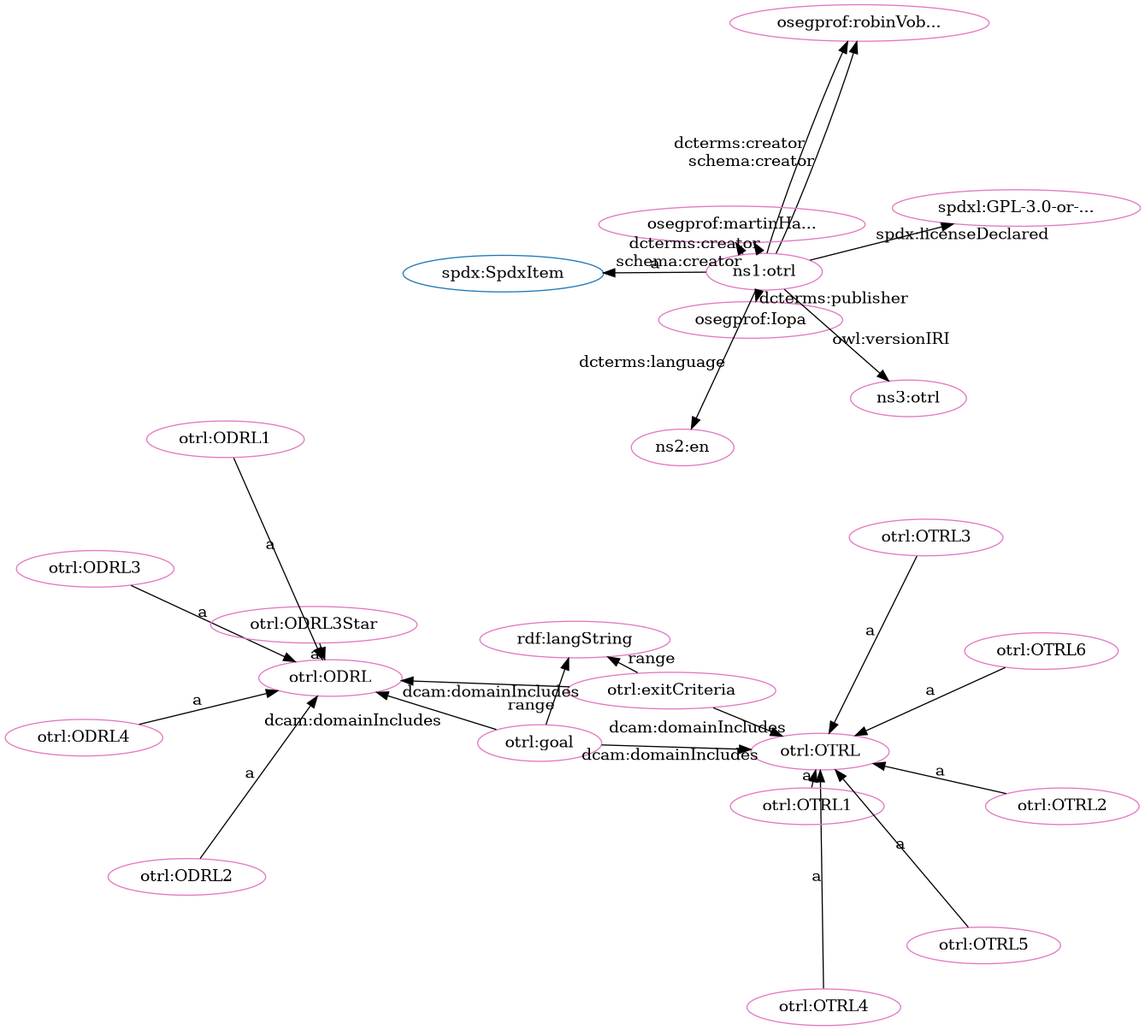
The Graphviz diagram src/spec/dot_otrl-clean.png in iop-alliance/OpenKnowHow, before a commit. Its source is kept beside it as src/spec/dot_otrl-clean.dot.
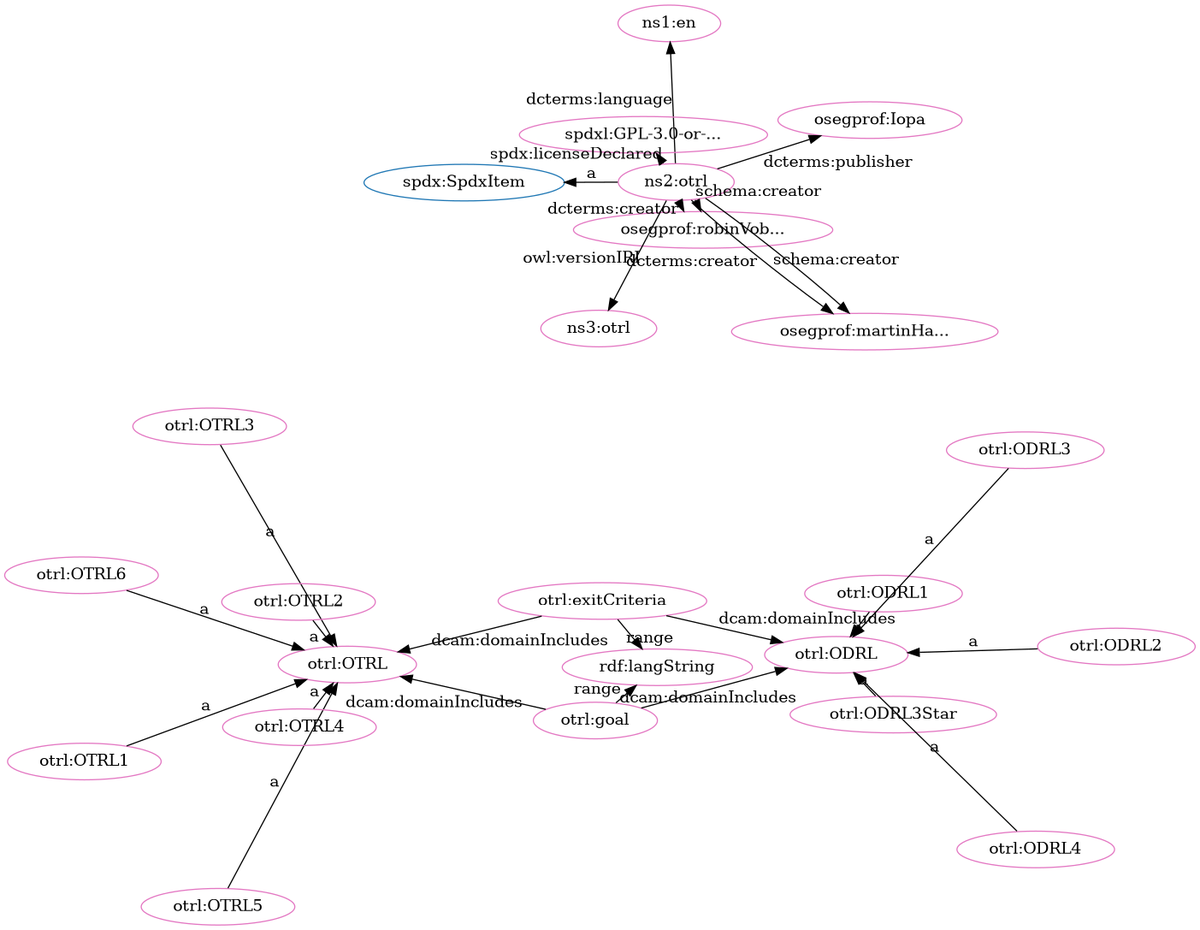
After the change.

Diff of the diagram source:
```diff
@@ -1,56 +1,56 @@
 digraph G {
   rankdir=BT
   node[height=.3]
+"http://w3id.org/oseg/ont/otrl#OTRL" [fillcolor="#1f77b4" color="#1f77b4" label="otrl:OTRL"]
 "http://spdx.org/rdf/terms#SpdxItem" [fillcolor="#1f77b4" color="#1f77b4" label="spdx:SpdxItem"]
 "http://w3id.org/oseg/ont/otrl#ODRL" [fillcolor="#1f77b4" color="#1f77b4" label="otrl:ODRL"]
-"http://w3id.org/oseg/ont/otrl#OTRL" [fillcolor="#1f77b4" color="#1f77b4" label="otrl:OTRL"]
-"http://w3id.org/oseg/ont/otrl#ODRL3" [fillcolor="#e377c2" color="#e377c2" label="otrl:ODRL3"]
+"http://w3id.org/oseg/ont/oseg-profiles#Iopa" [fillcolor="#e377c2" color="#e377c2" label="osegprof:Iopa"]
 "http://w3id.org/oseg/ont/oseg-profiles#robinVobruba" [fillcolor="#e377c2" color="#e377c2" label="osegprof:robinVob..."]
-"http://w3id.org/oseg/ont/oseg-profiles#Iopa" [fillcolor="#e377c2" color="#e377c2" label="osegprof:Iopa"]
+"http://w3id.org/oseg/ont/otrl#ODRL" [fillcolor="#e377c2" color="#e377c2" label="otrl:ODRL"]
+"http://w3id.org/oseg/ont/otrl#OTRL" [fillcolor="#e377c2" color="#e377c2" label="otrl:OTRL"]
+"http://w3id.org/oseg/ont/otrl#goal" [fillcolor="#e377c2" color="#e377c2" label="otrl:goal"]
+"http://w3id.org/oseg/ont/otrl#OTRL3" [fillcolor="#e377c2" color="#e377c2" label="otrl:OTRL3"]
+"http://w3id.org/oseg/ont/otrl#OTRL6" [fillcolor="#e377c2" color="#e377c2" label="otrl:OTRL6"]
+"http://w3id.org/oseg/ont/otrl#ODRL2" [fillcolor="#e377c2" color="#e377c2" label="otrl:ODRL2"]
+"http://id.loc.gov/vocabulary/iso639-1/en" [fillcolor="#e377c2" color="#e377c2" label="ns1:en"]
+"http://w3id.org/oseg/ont/otrl#OTRL5" [fillcolor="#e377c2" color="#e377c2" label="otrl:OTRL5"]
+"http://w3id.org/oseg/ont/otrl" [fillcolor="#e377c2" color="#e377c2" label="ns2:otrl"]
 "http://w3id.org/oseg/ont/otrl#exitCriteria" [fillcolor="#e377c2" color="#e377c2" label="otrl:exitCriteria"]
-"http://w3id.org/oseg/ont/otrl#ODRL" [fillcolor="#e377c2" color="#e377c2" label="otrl:ODRL"]
-"http://w3id.org/oseg/ont/otrl#ODRL2" [fillcolor="#e377c2" color="#e377c2" label="otrl:ODRL2"]
-"http://w3id.org/oseg/ont/otrl#goal" [fillcolor="#e377c2" color="#e377c2" label="otrl:goal"]
-"http://spdx.org/licenses/GPL-3.0-or-later" [fillcolor="#e377c2" color="#e377c2" label="spdxl:GPL-3.0-or-..."]
+"http://w3id.org/oseg/ont/otrl#ODRL1" [fillcolor="#e377c2" color="#e377c2" label="otrl:ODRL1"]
+"http://w3id.org/oseg/ont/otrl#ODRL3Star" [fillcolor="#e377c2" color="#e377c2" label="otrl:ODRL3Star"]
 "http://w3id.org/oseg/ont/otrl#OTRL4" [fillcolor="#e377c2" color="#e377c2" label="otrl:OTRL4"]
-"http://w3id.org/oseg/ont/otrl" [fillcolor="#e377c2" color="#e377c2" label="ns1:otrl"]
-"http://w3id.org/oseg/ont/otrl#ODRL4" [fillcolor="#e377c2" color="#e377c2" label="otrl:ODRL4"]
 "http://w3id.org/oseg/ont/otrl#OTRL1" [fillcolor="#e377c2" color="#e377c2" label="otrl:OTRL1"]
 "http://w3id.org/oseg/ont/otrl#OTRL2" [fillcolor="#e377c2" color="#e377c2" label="otrl:OTRL2"]
+"http://spdx.org/licenses/GPL-3.0-or-later" [fillcolor="#e377c2" color="#e377c2" label="spdxl:GPL-3.0-or-..."]
+"http://www.w3.org/1999/02/22-rdf-syntax-ns#langString" [fillcolor="#e377c2" color="#e377c2" label="rdf:langString"]
+"http://w3id.org/oseg/ont/1.1.0/otrl" [fillcolor="#e377c2" color="#e377c2" label="ns3:otrl"]
+"http://w3id.org/oseg/ont/otrl#ODRL3" [fillcolor="#e377c2" color="#e377c2" label="otrl:ODRL3"]
 "http://w3id.org/oseg/ont/oseg-profiles#martinHaeuer" [fillcolor="#e377c2" color="#e377c2" label="osegprof:martinHa..."]
-"http://www.w3.org/1999/02/22-rdf-syntax-ns#langString" [fillcolor="#e377c2" color="#e377c2" label="rdf:langString"]
-"http://w3id.org/oseg/ont/otrl#OTRL5" [fillcolor="#e377c2" color="#e377c2" label="otrl:OTRL5"]
-"http://w3id.org/oseg/ont/otrl#OTRL" [fillcolor="#e377c2" color="#e377c2" label="otrl:OTRL"]
-"http://w3id.org/oseg/ont/otrl#OTRL6" [fillcolor="#e377c2" color="#e377c2" label="otrl:OTRL6"]
-"http://id.loc.gov/vocabulary/iso639-1/en" [fillcolor="#e377c2" color="#e377c2" label="ns2:en"]
-"http://w3id.org/oseg/ont/1.1.0/otrl" [fillcolor="#e377c2" color="#e377c2" label="ns3:otrl"]
-"http://w3id.org/oseg/ont/otrl#ODRL3Star" [fillcolor="#e377c2" color="#e377c2" label="otrl:ODRL3Star"]
-"http://w3id.org/oseg/ont/otrl#ODRL1" [fillcolor="#e377c2" color="#e377c2" label="otrl:ODRL1"]
-"http://w3id.org/oseg/ont/otrl#OTRL3" [fillcolor="#e377c2" color="#e377c2" label="otrl:OTRL3"]
-  "http://w3id.org/oseg/ont/otrl#ODRL3" -> "http://w3id.org/oseg/ont/otrl#ODRL" [label="a"]
+"http://w3id.org/oseg/ont/otrl#ODRL4" [fillcolor="#e377c2" color="#e377c2" label="otrl:ODRL4"]
+  "http://w3id.org/oseg/ont/otrl" -> "http://w3id.org/oseg/ont/oseg-profiles#Iopa" [label="dcterms:publisher"]
+  "http://w3id.org/oseg/ont/otrl#exitCriteria" -> "http://w3id.org/oseg/ont/otrl#ODRL" [label="dcam:domainIncludes"]
+  "http://w3id.org/oseg/ont/otrl#OTRL6" -> "http://w3id.org/oseg/ont/otrl#OTRL" [label="a"]
+  "http://w3id.org/oseg/ont/otrl#ODRL2" -> "http://w3id.org/oseg/ont/otrl#ODRL" [label="a"]
+  "http://w3id.org/oseg/ont/otrl#OTRL5" -> "http://w3id.org/oseg/ont/otrl#OTRL" [label="a"]
   "http://w3id.org/oseg/ont/otrl#OTRL4" -> "http://w3id.org/oseg/ont/otrl#OTRL" [label="a"]
-  "http://w3id.org/oseg/ont/otrl#ODRL4" -> "http://w3id.org/oseg/ont/otrl#ODRL" [label="a"]
   "http://w3id.org/oseg/ont/otrl#OTRL1" -> "http://w3id.org/oseg/ont/otrl#OTRL" [label="a"]
   "http://w3id.org/oseg/ont/otrl#OTRL2" -> "http://w3id.org/oseg/ont/otrl#OTRL" [label="a"]
+  "http://w3id.org/oseg/ont/otrl" -> "http://spdx.org/licenses/GPL-3.0-or-later" [label="spdx:licenseDeclared"]
+  "http://w3id.org/oseg/ont/otrl#ODRL3" -> "http://w3id.org/oseg/ont/otrl#ODRL" [label="a"]
+  "http://w3id.org/oseg/ont/otrl" -> "http://w3id.org/oseg/ont/oseg-profiles#robinVobruba" [label="schema:creator"]
+  "http://w3id.org/oseg/ont/otrl#ODRL4" -> "http://w3id.org/oseg/ont/otrl#ODRL" [label="a"]
+  "http://w3id.org/oseg/ont/otrl" -> "http://w3id.org/oseg/ont/oseg-profiles#robinVobruba" [label="dcterms:creator"]
+  "http://w3id.org/oseg/ont/otrl#goal" -> "http://w3id.org/oseg/ont/otrl#OTRL" [label="dcam:domainIncludes"]
+  "http://w3id.org/oseg/ont/otrl#OTRL3" -> "http://w3id.org/oseg/ont/otrl#OTRL" [label="a"]
+  "http://w3id.org/oseg/ont/otrl" -> "http://id.loc.gov/vocabulary/iso639-1/en" [label="dcterms:language"]
+  "http://w3id.org/oseg/ont/otrl#ODRL1" -> "http://w3id.org/oseg/ont/otrl#ODRL" [label="a"]
+  "http://w3id.org/oseg/ont/otrl#ODRL3Star" -> "http://w3id.org/oseg/ont/otrl#ODRL" [label="a"]
+  "http://w3id.org/oseg/ont/otrl" -> "http://spdx.org/rdf/terms#SpdxItem" [label="a"]
+  "http://w3id.org/oseg/ont/otrl#exitCriteria" -> "http://w3id.org/oseg/ont/otrl#OTRL" [label="dcam:domainIncludes"]
+  "http://w3id.org/oseg/ont/otrl#goal" -> "http://www.w3.org/1999/02/22-rdf-syntax-ns#langString" [label="range"]
+  "http://w3id.org/oseg/ont/otrl" -> "http://w3id.org/oseg/ont/1.1.0/otrl" [label="owl:versionIRI"]
   "http://w3id.org/oseg/ont/otrl" -> "http://w3id.org/oseg/ont/oseg-profiles#martinHaeuer" [label="schema:creator"]
   "http://w3id.org/oseg/ont/otrl#exitCriteria" -> "http://www.w3.org/1999/02/22-rdf-syntax-ns#langString" [label="range"]
-  "http://w3id.org/oseg/ont/otrl#OTRL5" -> "http://w3id.org/oseg/ont/otrl#OTRL" [label="a"]
-  "http://w3id.org/oseg/ont/otrl" -> "http://w3id.org/oseg/ont/1.1.0/otrl" [label="owl:versionIRI"]
-  "http://w3id.org/oseg/ont/otrl#exitCriteria" -> "http://w3id.org/oseg/ont/otrl#OTRL" [label="dcam:domainIncludes"]
-  "http://w3id.org/oseg/ont/otrl#ODRL3Star" -> "http://w3id.org/oseg/ont/otrl#ODRL" [label="a"]
-  "http://w3id.org/oseg/ont/otrl#goal" -> "http://www.w3.org/1999/02/22-rdf-syntax-ns#langString" [label="range"]
-  "http://w3id.org/oseg/ont/otrl#OTRL3" -> "http://w3id.org/oseg/ont/otrl#OTRL" [label="a"]
-  "http://w3id.org/oseg/ont/otrl" -> "http://w3id.org/oseg/ont/oseg-profiles#robinVobruba" [label="dcterms:creator"]
-  "http://w3id.org/oseg/ont/otrl" -> "http://w3id.org/oseg/ont/oseg-profiles#Iopa" [label="dcterms:publisher"]
-  "http://w3id.org/oseg/ont/otrl#exitCriteria" -> "http://w3id.org/oseg/ont/otrl#ODRL" [label="dcam:domainIncludes"]
-  "http://w3id.org/oseg/ont/otrl#ODRL2" -> "http://w3id.org/oseg/ont/otrl#ODRL" [label="a"]
-  "http://w3id.org/oseg/ont/otrl" -> "http://spdx.org/licenses/GPL-3.0-or-later" [label="spdx:licenseDeclared"]
-  "http://w3id.org/oseg/ont/otrl" -> "http://spdx.org/rdf/terms#SpdxItem" [label="a"]
-  "http://w3id.org/oseg/ont/otrl#goal" -> "http://w3id.org/oseg/ont/otrl#OTRL" [label="dcam:domainIncludes"]
-  "http://w3id.org/oseg/ont/otrl#OTRL6" -> "http://w3id.org/oseg/ont/otrl#OTRL" [label="a"]
   "http://w3id.org/oseg/ont/otrl" -> "http://w3id.org/oseg/ont/oseg-profiles#martinHaeuer" [label="dcterms:creator"]
-  "http://w3id.org/oseg/ont/otrl" -> "http://id.loc.gov/vocabulary/iso639-1/en" [label="dcterms:language"]
   "http://w3id.org/oseg/ont/otrl#goal" -> "http://w3id.org/oseg/ont/otrl#ODRL" [label="dcam:domainIncludes"]
-  "http://w3id.org/oseg/ont/otrl" -> "http://w3id.org/oseg/ont/oseg-profiles#robinVobruba" [label="schema:creator"]
-  "http://w3id.org/oseg/ont/otrl#ODRL1" -> "http://w3id.org/oseg/ont/otrl#ODRL" [label="a"]
 }
```
